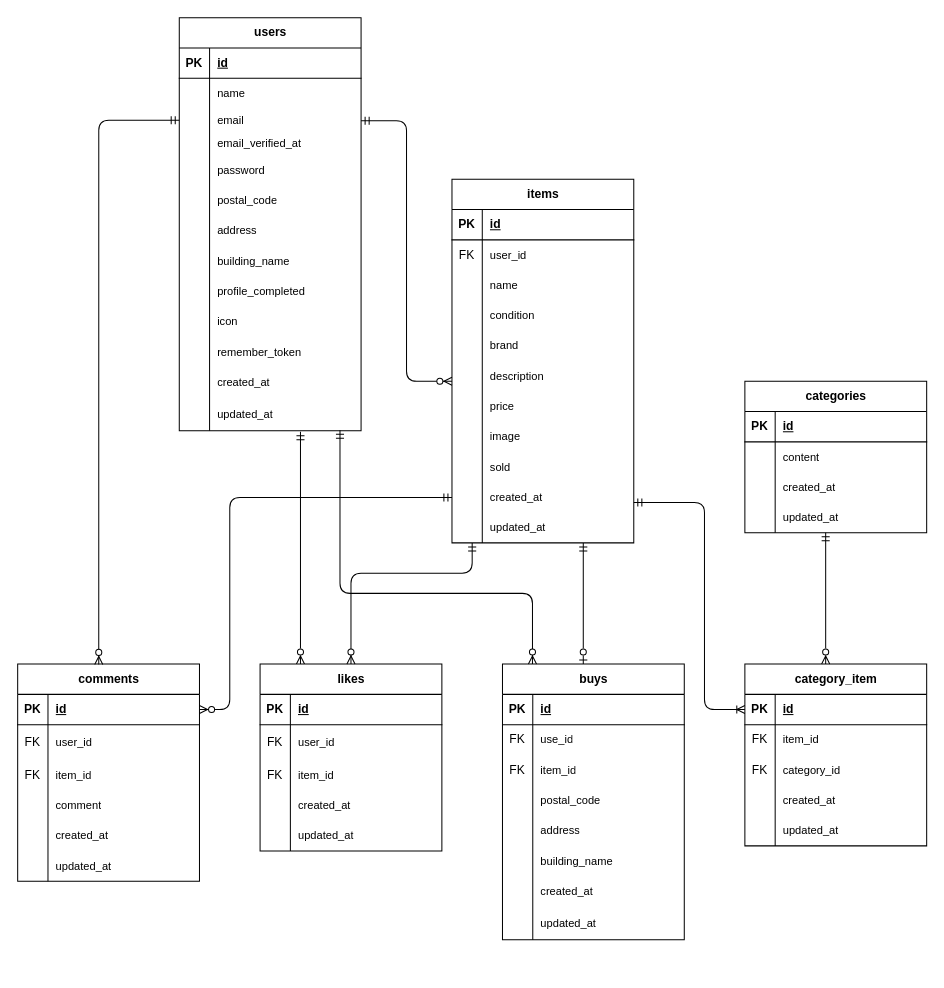
tanakami315/MATTER-flea-market keeps this draw.io diagram as flea-market.dio. Above is the earlier version. Source tidied: cells renumbered, new cells numbered last; positions are measured from the earlier drawing's top-left corner, leaving out a move shared by most shapes. Both pictures are drawn from the tidied source at 101%, with x=0, y=0 at pixel (17, 17).
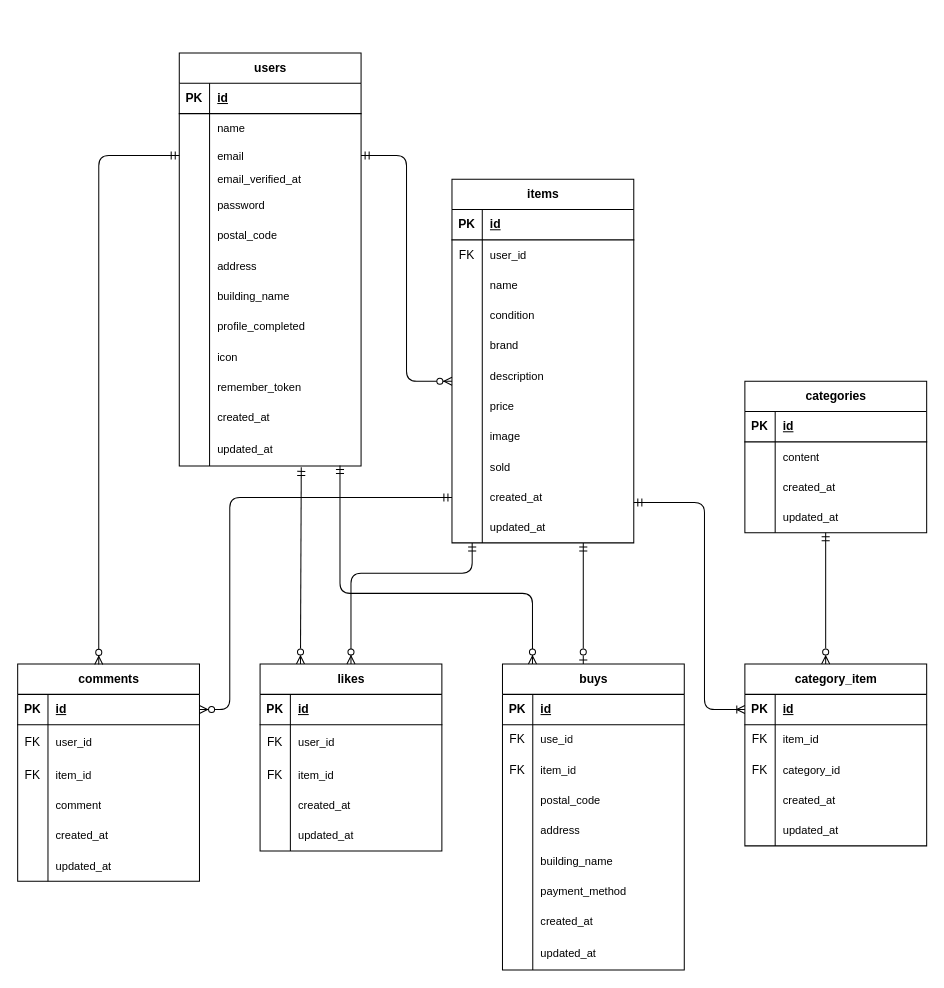
Above is the later version.

Unchanged cells that the change refers to:
```xml
<mxCell id="119" style="shape=tableRow;horizontal=0;startSize=0;swimlaneHead=0;swimlaneBody=0;fillColor=none;points=[[0,0.5],[1,0.5]];portConstraint=eastwest;top=0;left=0;right=0;bottom=0;" parent="112" vertex="1">
  <mxGeometry y="90" width="180" height="23" as="geometry" />
</mxCell>
<mxCell id="149" style="shape=tableRow;horizontal=0;startSize=0;swimlaneHead=0;swimlaneBody=0;fillColor=none;points=[[0,0.5],[1,0.5]];portConstraint=eastwest;top=0;left=0;right=0;bottom=0;" parent="112" vertex="1">
  <mxGeometry y="376" width="180" height="33" as="geometry" />
</mxCell>
```

What changed in the source:
```diff
@@
     <mxCell id="36" value="buys" style="shape=table;startSize=30;childLayout=tableLayout;rowLines=0;fontStyle=1;align=center;html=1;" parent="1" vertex="1">
-      <mxGeometry x="480" y="640" width="180" height="273" as="geometry" />
+      <mxGeometry x="480" y="640" width="180" height="303" as="geometry" />
     </mxCell>
@@
+    <mxCell id="174" style="shape=tableRow;horizontal=0;startSize=0;swimlaneHead=0;swimlaneBody=0;fillColor=none;top=0;left=0;right=0;bottom=0;" parent="36" vertex="1">
+      <mxGeometry y="210" width="180" height="30" as="geometry" />
+    </mxCell>
+    <mxCell id="175" style="shape=partialRectangle;fillColor=none;top=0;left=0;bottom=0;right=0;overflow=hidden;whiteSpace=wrap;html=1;" parent="174" vertex="1">
+      <mxGeometry width="30" height="30" as="geometry" />
+    </mxCell>
+    <mxCell id="176" value="payment_method" style="shape=partialRectangle;fillColor=none;top=0;left=0;bottom=0;right=0;align=left;spacingLeft=6;overflow=hidden;whiteSpace=wrap;html=1;fontSize=11;" parent="174" vertex="1">
+      <mxGeometry x="30" width="150" height="30" as="geometry" />
+    </mxCell>
     <mxCell id="55" style="shape=tableRow;horizontal=0;startSize=0;swimlaneHead=0;swimlaneBody=0;fillColor=none;top=0;left=0;right=0;bottom=0;" parent="36" vertex="1">
-      <mxGeometry y="210" width="180" height="30" as="geometry" />
+      <mxGeometry y="240" width="180" height="30" as="geometry" />
     </mxCell>
@@
     <mxCell id="58" style="shape=tableRow;horizontal=0;startSize=0;swimlaneHead=0;swimlaneBody=0;fillColor=none;top=0;left=0;right=0;bottom=0;" parent="36" vertex="1">
-      <mxGeometry y="240" width="180" height="33" as="geometry" />
+      <mxGeometry y="270" width="180" height="33" as="geometry" />
     </mxCell>
@@
-    <mxCell id="74" style="fontSize=12;html=1;endArrow=ERzeroToMany;startArrow=ERmandOne;edgeStyle=elbowEdgeStyle;" parent="1" edge="1">
+    <mxCell id="74" style="fontSize=12;html=1;endArrow=ERzeroToMany;startArrow=ERmandOne;edgeStyle=elbowEdgeStyle;exitX=1;exitY=0.5;exitDx=0;exitDy=0;" parent="1" edge="1" source="119">
       <mxGeometry relative="1" as="geometry">
-        <mxPoint x="340" y="102" as="sourcePoint" />
         <mxPoint x="430" y="360" as="targetPoint" />
       </mxGeometry>
     </mxCell>
@@
-    <mxCell id="95" style="fontSize=12;html=1;endArrow=ERmandOne;startArrow=ERzeroToMany;endFill=0;startFill=0;" parent="1" edge="1">
+    <mxCell id="95" style="fontSize=12;html=1;endArrow=ERmandOne;startArrow=ERzeroToMany;endFill=0;startFill=0;entryX=0.671;entryY=1.037;entryDx=0;entryDy=0;entryPerimeter=0;" parent="1" edge="1" target="149">
       <mxGeometry relative="1" as="geometry">
         <mxPoint x="280" y="640" as="sourcePoint" />
-        <mxPoint x="280" y="410" as="targetPoint" />
       </mxGeometry>
     </mxCell>
@@
     <mxCell id="112" value="users" style="shape=table;startSize=30;childLayout=tableLayout;rowLines=0;fontStyle=1;align=center;html=1;" parent="1" vertex="1">
-      <mxGeometry x="160" width="180" height="409" as="geometry" />
+      <mxGeometry x="160" y="35" width="180" height="409" as="geometry" />
     </mxCell>
```
